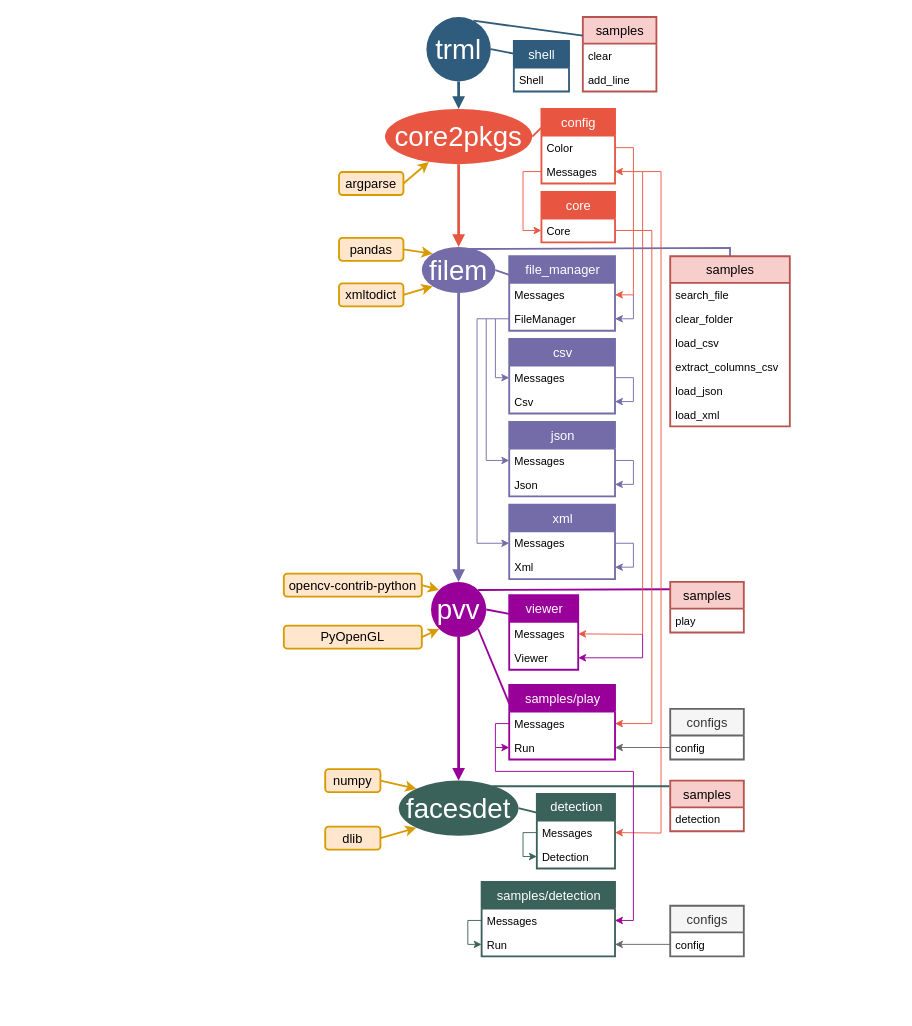
DmitryRyumin/pkgs keeps this draw.io diagram as Package_tree.drawio. Above is the earlier version. Source tidied: cells renumbered, new cells numbered last; positions are measured from the earlier drawing's top-left corner, leaving out a move shared by most shapes. Both pictures are drawn from the tidied source at 92%, with x=0, y=0 at pixel (283, 17).
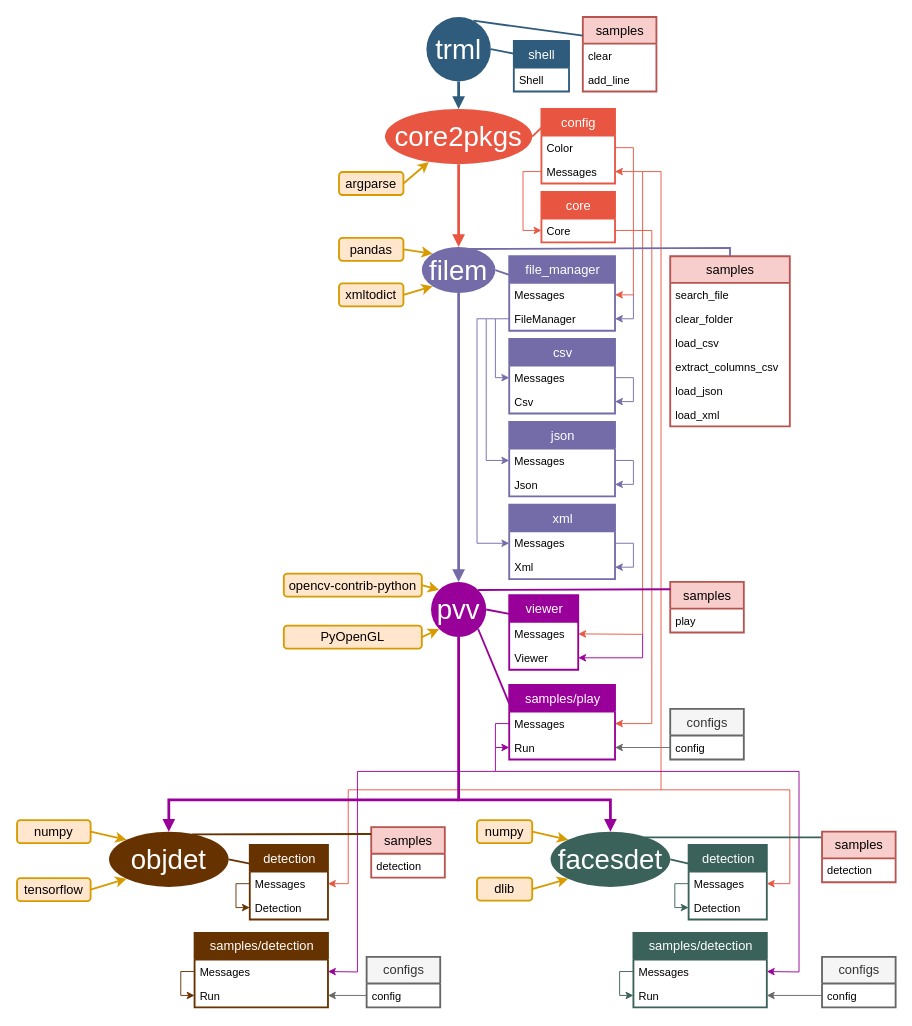
After the change.

The change refers to these unchanged cells:
```xml
<mxCell id="23" value="filem" style="ellipse;whiteSpace=wrap;html=1;shadow=0;fontFamily=Helvetica;fontSize=30;fontColor=#FFFFFF;align=center;strokeColor=none;strokeWidth=6;fillColor=#736CA8;fontStyle=0;gradientColor=none;" parent="1" vertex="1">
  <mxGeometry x="150" y="250" width="80" height="50" as="geometry" />
</mxCell>
<mxCell id="48" value="samples" style="swimlane;fontStyle=0;horizontal=1;startSize=29;fillColor=#f8cecc;swimlaneFillColor=#ffffff;align=center;fontSize=14;rounded=0;shadow=0;strokeWidth=2;spacing=2;spacingTop=0;strokeColor=#B85450;swimlaneLine=1;html=1;overflow=visible;" parent="1" vertex="1">
  <mxGeometry x="420" y="260" width="130" height="185" as="geometry" />
</mxCell>
<mxCell id="58" value="pvv" style="ellipse;whiteSpace=wrap;html=1;shadow=0;fontFamily=Helvetica;fontSize=30;fontColor=#FFFFFF;align=center;strokeColor=none;strokeWidth=6;fillColor=#990099;fontStyle=0;gradientColor=none;" parent="1" vertex="1">
  <mxGeometry x="160" y="614" width="60" height="60" as="geometry" />
</mxCell>
<mxCell id="70" value="samples" style="swimlane;fontStyle=0;horizontal=1;startSize=29;fillColor=#f8cecc;swimlaneFillColor=#ffffff;align=center;fontSize=14;rounded=0;shadow=0;strokeWidth=2;spacing=2;spacingTop=0;strokeColor=#B85450;swimlaneLine=1;html=1;overflow=visible;" parent="1" vertex="1">
  <mxGeometry x="420" y="614" width="80" height="55" as="geometry" />
</mxCell>
<mxCell id="88" value="Messages" style="text;spacingLeft=4;spacingRight=4;overflow=hidden;points=[[0,0.5],[1,0.5]];portConstraint=eastwest;fontSize=12;perimeterSpacing=0;" parent="87" vertex="1">
  <mxGeometry y="29" width="85" height="26" as="geometry" />
</mxCell>
<mxCell id="97" value="Messages" style="text;spacingLeft=4;spacingRight=4;overflow=hidden;points=[[0,0.5],[1,0.5]];portConstraint=eastwest;fontSize=12;perimeterSpacing=0;" parent="96" vertex="1">
  <mxGeometry y="29" width="145" height="26" as="geometry" />
</mxCell>
<mxCell id="98" value="Run" style="text;spacingLeft=4;spacingRight=4;overflow=hidden;points=[[0,0.5],[1,0.5]];portConstraint=eastwest;fontSize=12;perimeterSpacing=0;" parent="96" vertex="1">
  <mxGeometry y="55" width="145" height="26" as="geometry" />
</mxCell>
<mxCell id="101" value="config" style="text;spacingLeft=4;spacingRight=4;overflow=hidden;points=[[0,0.5],[1,0.5]];portConstraint=eastwest;fontSize=12;perimeterSpacing=0;" parent="100" vertex="1">
  <mxGeometry y="29" width="80" height="26" as="geometry" />
</mxCell>
```

The edit, as a diff of the source:
```diff
@@
-    <mxCell id="2" style="edgeStyle=none;endArrow=none;strokeWidth=2;strokeColor=#990099;html=1;entryX=1;entryY=0;entryDx=0;entryDy=0;exitX=0.003;exitY=0.146;exitDx=0;exitDy=0;rounded=1;exitPerimeter=0;" parent="1" edge="1" source="70" target="58">
-      <mxGeometry x="-579.5" y="19" as="geometry" />
-    </mxCell>
-    <mxCell id="3" style="edgeStyle=none;endArrow=none;strokeWidth=2;strokeColor=#736CA8;html=1;entryX=0.5;entryY=0;entryDx=0;entryDy=0;rounded=0;exitX=0.647;exitY=0.043;exitDx=0;exitDy=0;exitPerimeter=0;" parent="1" edge="1" source="23" target="48">
-      <mxGeometry x="-624.5" y="-85" as="geometry">
-        <Array as="points">
-          <mxPoint x="485" y="251" />
-        </Array>
-      </mxGeometry>
-    </mxCell>
@@
     <mxCell id="81" value="facesdet" style="ellipse;whiteSpace=wrap;html=1;shadow=0;fontFamily=Helvetica;fontSize=30;fontColor=#FFFFFF;align=center;strokeColor=none;strokeWidth=6;fillColor=#3A615A;fontStyle=0;gradientColor=none;" parent="1" vertex="1">
-      <mxGeometry x="125" y="830" width="130" height="60" as="geometry" />
+      <mxGeometry x="290" y="885.5" width="130" height="60" as="geometry" />
     </mxCell>
@@
     <mxCell id="83" value="numpy" style="rounded=1;whiteSpace=wrap;html=1;shadow=0;glass=0;comic=0;strokeColor=#d79b00;strokeWidth=2;fillColor=#ffe6cc;fontSize=14;align=center;" parent="1" vertex="1">
-      <mxGeometry x="45" y="817.5" width="60" height="25" as="geometry" />
+      <mxGeometry x="210" y="873" width="60" height="25" as="geometry" />
     </mxCell>
@@
     <mxCell id="85" value="dlib" style="rounded=1;whiteSpace=wrap;html=1;shadow=0;glass=0;comic=0;strokeColor=#d79b00;strokeWidth=2;fillColor=#ffe6cc;fontSize=14;align=center;" parent="1" vertex="1">
-      <mxGeometry x="45" y="880" width="60" height="25" as="geometry" />
+      <mxGeometry x="210" y="935.5" width="60" height="25" as="geometry" />
     </mxCell>
-    <mxCell id="86" style="edgeStyle=orthogonalEdgeStyle;rounded=0;jettySize=auto;html=1;startSize=30;strokeColor=#990099;strokeWidth=3;fontSize=30;fontColor=#000000;endArrow=block;endFill=1;exitX=0.5;exitY=1;exitDx=0;exitDy=0;entryX=0.5;entryY=0;entryDx=0;entryDy=0;" parent="1" edge="1" source="58" target="81">
-      <mxGeometry relative="1" as="geometry">
-        <Array as="points">
-          <mxPoint x="190" y="820" />
-          <mxPoint x="190" y="820" />
-        </Array>
-      </mxGeometry>
-    </mxCell>
     <mxCell id="87" value="detection" style="swimlane;fontStyle=0;horizontal=1;startSize=29;fillColor=#3A615A;swimlaneFillColor=#ffffff;align=center;fontSize=14;rounded=0;shadow=0;strokeWidth=2;fontColor=#FFFFFF;spacing=2;spacingTop=0;strokeColor=#3A615A;swimlaneLine=1;html=1;overflow=visible;" parent="1" vertex="1">
-      <mxGeometry x="275" y="844.5" width="85" height="81" as="geometry" />
+      <mxGeometry x="440" y="900" width="85" height="81" as="geometry" />
     </mxCell>
@@
     <mxCell id="91" style="edgeStyle=none;endArrow=none;strokeWidth=2;strokeColor=#3A615A;html=1;entryX=1;entryY=0.5;entryDx=0;entryDy=0;exitX=0;exitY=0.25;exitDx=0;exitDy=0;rounded=1;" parent="1" edge="1" source="87" target="81">
-      <mxGeometry x="-579.5" y="19" as="geometry" />
+      <mxGeometry x="-414.5" y="74.5" as="geometry" />
     </mxCell>
     <mxCell id="92" style="edgeStyle=none;endArrow=classic;strokeWidth=1;strokeColor=#E85642;html=1;rounded=0;endFill=1;entryX=1;entryY=0.5;entryDx=0;entryDy=0;" parent="1" edge="1" target="88">
       <mxGeometry x="-3189.5" y="-335" as="geometry">
         <mxPoint x="390" y="168" as="sourcePoint" />
         <Array as="points">
           <mxPoint x="410" y="168" />
-          <mxPoint x="410" y="887" />
+          <mxPoint x="410" y="840" />
+          <mxPoint x="550" y="840" />
+          <mxPoint x="550" y="942" />
         </Array>
       </mxGeometry>
     </mxCell>
     <mxCell id="93" value="samples" style="swimlane;fontStyle=0;horizontal=1;startSize=29;fillColor=#f8cecc;swimlaneFillColor=#ffffff;align=center;fontSize=14;rounded=0;shadow=0;strokeWidth=2;spacing=2;spacingTop=0;strokeColor=#B85450;swimlaneLine=1;html=1;overflow=visible;" parent="1" vertex="1">
-      <mxGeometry x="420" y="830" width="80" height="55" as="geometry" />
+      <mxGeometry x="585" y="885.5" width="80" height="55" as="geometry" />
     </mxCell>
@@
-    <mxCell id="95" style="edgeStyle=none;endArrow=none;strokeWidth=2;strokeColor=#3A615A;html=1;entryX=0.781;entryY=0.102;entryDx=0;entryDy=0;exitX=-0.012;exitY=0.111;exitDx=0;exitDy=0;rounded=1;exitPerimeter=0;entryPerimeter=0;" parent="1" edge="1" source="93" target="81">
-      <mxGeometry x="-569.5" y="29" as="geometry" />
-    </mxCell>
     <mxCell id="96" value="samples/detection" style="swimlane;fontStyle=0;horizontal=1;startSize=29;fillColor=#3A615A;swimlaneFillColor=#ffffff;align=center;fontSize=14;rounded=0;shadow=0;strokeWidth=2;fontColor=#FFFFFF;spacing=2;spacingTop=0;strokeColor=#3A615A;swimlaneLine=1;html=1;overflow=visible;" parent="1" vertex="1">
-      <mxGeometry x="215" y="940" width="145" height="81" as="geometry" />
+      <mxGeometry x="380" y="995.5" width="145" height="81" as="geometry" />
     </mxCell>
@@
     <mxCell id="100" value="configs" style="swimlane;fontStyle=0;horizontal=1;startSize=29;fillColor=#f5f5f5;swimlaneFillColor=#ffffff;align=center;fontSize=14;rounded=0;shadow=0;strokeWidth=2;spacing=2;spacingTop=0;strokeColor=#666666;swimlaneLine=1;html=1;overflow=visible;fontColor=#333333;" parent="1" vertex="1">
-      <mxGeometry x="420" y="966" width="80" height="55" as="geometry" />
+      <mxGeometry x="585" y="1021.5" width="80" height="55" as="geometry" />
     </mxCell>
@@
     <mxCell id="102" style="edgeStyle=none;endArrow=classic;strokeWidth=1;strokeColor=#666666;html=1;rounded=0;endFill=1;exitX=0;exitY=0.5;exitDx=0;exitDy=0;entryX=1;entryY=0.5;entryDx=0;entryDy=0;" parent="1" edge="1" source="101" target="98">
-      <mxGeometry x="-4414.5" y="-757" as="geometry" />
+      <mxGeometry x="-4249.5" y="-701.5" as="geometry" />
     </mxCell>
     <mxCell id="103" style="edgeStyle=none;endArrow=classic;strokeWidth=1;strokeColor=#990099;html=1;entryX=1;entryY=0.5;entryDx=0;entryDy=0;rounded=0;endFill=1;" parent="1" edge="1" target="97">
       <mxGeometry x="-4494.5" y="-975" as="geometry">
         <mxPoint x="230" y="794" as="sourcePoint" />
         <Array as="points">
           <mxPoint x="230" y="820" />
-          <mxPoint x="380" y="820" />
-          <mxPoint x="380" y="982" />
+          <mxPoint x="560" y="820" />
+          <mxPoint x="560" y="1038" />
         </Array>
       </mxGeometry>
     </mxCell>
+    <mxCell id="104" value="objdet" style="ellipse;whiteSpace=wrap;html=1;shadow=0;fontFamily=Helvetica;fontSize=30;fontColor=#FFFFFF;align=center;strokeColor=none;strokeWidth=6;fillColor=#663300;fontStyle=0;gradientColor=none;" parent="1" vertex="1">
+      <mxGeometry x="-190" y="885.5" width="130" height="60" as="geometry" />
+    </mxCell>
+    <mxCell id="3" style="edgeStyle=none;endArrow=none;strokeWidth=2;strokeColor=#736CA8;html=1;entryX=0.5;entryY=0;entryDx=0;entryDy=0;rounded=0;exitX=0.647;exitY=0.043;exitDx=0;exitDy=0;exitPerimeter=0;" parent="1" edge="1" source="23" target="48">
+      <mxGeometry x="-624.5" y="-85" as="geometry">
+        <Array as="points">
+          <mxPoint x="485" y="251" />
+        </Array>
+      </mxGeometry>
+    </mxCell>
+    <mxCell id="2" style="edgeStyle=none;endArrow=none;strokeWidth=2;strokeColor=#990099;html=1;entryX=1;entryY=0;entryDx=0;entryDy=0;exitX=0.003;exitY=0.146;exitDx=0;exitDy=0;rounded=1;exitPerimeter=0;" parent="1" edge="1" source="70" target="58">
+      <mxGeometry x="-579.5" y="19" as="geometry" />
+    </mxCell>
+    <mxCell id="95" style="edgeStyle=none;endArrow=none;strokeWidth=2;strokeColor=#3A615A;html=1;entryX=0.781;entryY=0.102;entryDx=0;entryDy=0;exitX=-0.012;exitY=0.111;exitDx=0;exitDy=0;rounded=1;exitPerimeter=0;entryPerimeter=0;" parent="1" edge="1" source="93" target="81">
+      <mxGeometry x="-404.5" y="84.5" as="geometry" />
+    </mxCell>
+    <mxCell id="105" value="detection" style="swimlane;fontStyle=0;horizontal=1;startSize=29;fillColor=#663300;swimlaneFillColor=#ffffff;align=center;fontSize=14;rounded=0;shadow=0;strokeWidth=2;fontColor=#FFFFFF;spacing=2;spacingTop=0;strokeColor=#663300;swimlaneLine=1;html=1;overflow=visible;" parent="1" vertex="1">
+      <mxGeometry x="-37" y="900" width="85" height="81" as="geometry" />
+    </mxCell>
+    <mxCell id="106" value="Messages" style="text;spacingLeft=4;spacingRight=4;overflow=hidden;points=[[0,0.5],[1,0.5]];portConstraint=eastwest;fontSize=12;perimeterSpacing=0;" parent="105" vertex="1">
+      <mxGeometry y="29" width="85" height="26" as="geometry" />
+    </mxCell>
+    <mxCell id="107" value="Detection" style="text;spacingLeft=4;spacingRight=4;overflow=hidden;points=[[0,0.5],[1,0.5]];portConstraint=eastwest;fontSize=12;perimeterSpacing=0;" parent="105" vertex="1">
+      <mxGeometry y="55" width="85" height="26" as="geometry" />
+    </mxCell>
+    <mxCell id="108" style="edgeStyle=none;endArrow=classic;strokeWidth=1;strokeColor=#663300;html=1;rounded=0;endFill=1;exitX=0;exitY=0.5;exitDx=0;exitDy=0;entryX=0;entryY=0.5;entryDx=0;entryDy=0;" parent="105" edge="1" source="106" target="107">
+      <mxGeometry x="-7094.5" y="-2531" as="geometry">
+        <Array as="points">
+          <mxPoint x="-15" y="42" />
+          <mxPoint x="-15" y="68" />
+        </Array>
+      </mxGeometry>
+    </mxCell>
+    <mxCell id="109" style="edgeStyle=none;endArrow=none;strokeWidth=2;strokeColor=#663300;html=1;entryX=1;entryY=0.5;entryDx=0;entryDy=0;exitX=0;exitY=0.25;exitDx=0;exitDy=0;rounded=1;" parent="1" edge="1" source="105" target="104">
+      <mxGeometry x="-466.5" y="84.5" as="geometry" />
+    </mxCell>
+    <mxCell id="110" style="edgeStyle=none;endArrow=classic;strokeWidth=1;strokeColor=#E85642;html=1;rounded=0;endFill=1;entryX=1;entryY=0.5;entryDx=0;entryDy=0;" parent="1" edge="1" target="106">
+      <mxGeometry x="-4724.5" y="-868" as="geometry">
+        <mxPoint x="410" y="840" as="sourcePoint" />
+        <Array as="points">
+          <mxPoint x="70" y="840" />
+          <mxPoint x="70" y="942" />
+        </Array>
+      </mxGeometry>
+    </mxCell>
+    <mxCell id="86" style="edgeStyle=orthogonalEdgeStyle;rounded=0;jettySize=auto;html=1;startSize=30;strokeColor=#990099;strokeWidth=3;fontSize=30;fontColor=#000000;endArrow=block;endFill=1;exitX=0.5;exitY=1;exitDx=0;exitDy=0;entryX=0.5;entryY=0;entryDx=0;entryDy=0;" parent="1" edge="1" source="58" target="81">
+      <mxGeometry relative="1" as="geometry">
+        <Array as="points">
+          <mxPoint x="190" y="851" />
+          <mxPoint x="355" y="851" />
+        </Array>
+      </mxGeometry>
+    </mxCell>
+    <mxCell id="111" value="samples/detection" style="swimlane;fontStyle=0;horizontal=1;startSize=29;fillColor=#663300;swimlaneFillColor=#ffffff;align=center;fontSize=14;rounded=0;shadow=0;strokeWidth=2;fontColor=#FFFFFF;spacing=2;spacingTop=0;strokeColor=#663300;swimlaneLine=1;html=1;overflow=visible;" parent="1" vertex="1">
+      <mxGeometry x="-97" y="995.5" width="145" height="81" as="geometry" />
+    </mxCell>
+    <mxCell id="112" value="Messages" style="text;spacingLeft=4;spacingRight=4;overflow=hidden;points=[[0,0.5],[1,0.5]];portConstraint=eastwest;fontSize=12;perimeterSpacing=0;" parent="111" vertex="1">
+      <mxGeometry y="29" width="145" height="26" as="geometry" />
+    </mxCell>
+    <mxCell id="113" value="Run" style="text;spacingLeft=4;spacingRight=4;overflow=hidden;points=[[0,0.5],[1,0.5]];portConstraint=eastwest;fontSize=12;perimeterSpacing=0;" parent="111" vertex="1">
+      <mxGeometry y="55" width="145" height="26" as="geometry" />
+    </mxCell>
+    <mxCell id="114" style="edgeStyle=none;endArrow=classic;strokeWidth=1;strokeColor=#663300;html=1;rounded=0;endFill=1;exitX=0;exitY=0.5;exitDx=0;exitDy=0;entryX=0;entryY=0.5;entryDx=0;entryDy=0;" parent="111" edge="1" source="112" target="113">
+      <mxGeometry x="-7094.5" y="-2531" as="geometry">
+        <Array as="points">
+          <mxPoint x="-15" y="42" />
+          <mxPoint x="-15" y="68" />
+        </Array>
+      </mxGeometry>
+    </mxCell>
+    <mxCell id="115" style="edgeStyle=none;endArrow=classic;strokeWidth=1;strokeColor=#990099;html=1;entryX=1;entryY=0.5;entryDx=0;entryDy=0;rounded=0;endFill=1;" parent="1" edge="1" target="112">
+      <mxGeometry x="-4484.5" y="-965" as="geometry">
+        <mxPoint x="230" y="820" as="sourcePoint" />
+        <Array as="points">
+          <mxPoint x="80" y="820" />
+          <mxPoint x="80" y="1038" />
+        </Array>
+      </mxGeometry>
+    </mxCell>
+    <mxCell id="116" value="samples" style="swimlane;fontStyle=0;horizontal=1;startSize=29;fillColor=#f8cecc;swimlaneFillColor=#ffffff;align=center;fontSize=14;rounded=0;shadow=0;strokeWidth=2;spacing=2;spacingTop=0;strokeColor=#B85450;swimlaneLine=1;html=1;overflow=visible;" parent="1" vertex="1">
+      <mxGeometry x="95" y="880.5" width="80" height="55" as="geometry" />
+    </mxCell>
+    <mxCell id="117" value="detection" style="text;spacingLeft=4;spacingRight=4;overflow=hidden;fontSize=12;perimeterSpacing=0;" parent="116" vertex="1">
+      <mxGeometry y="29" width="80" height="26" as="geometry" />
+    </mxCell>
+    <mxCell id="118" style="edgeStyle=orthogonalEdgeStyle;rounded=0;jettySize=auto;html=1;startSize=30;strokeColor=#990099;strokeWidth=3;fontSize=30;fontColor=#000000;endArrow=block;endFill=1;entryX=0.5;entryY=0;entryDx=0;entryDy=0;" parent="1" edge="1" target="104">
+      <mxGeometry relative="1" as="geometry">
+        <mxPoint x="190" y="851" as="sourcePoint" />
+        <Array as="points">
+          <mxPoint x="-125" y="851" />
+        </Array>
+      </mxGeometry>
+    </mxCell>
+    <mxCell id="119" style="edgeStyle=none;endArrow=none;strokeWidth=2;strokeColor=#663300;html=1;entryX=0.678;entryY=0.048;entryDx=0;entryDy=0;rounded=1;entryPerimeter=0;" parent="1" edge="1">
+      <mxGeometry x="-876.5" y="53" as="geometry">
+        <mxPoint x="95" y="888" as="sourcePoint" />
+        <mxPoint x="-99.9" y="888.4" as="targetPoint" />
+      </mxGeometry>
+    </mxCell>
+    <mxCell id="120" value="configs" style="swimlane;fontStyle=0;horizontal=1;startSize=29;fillColor=#f5f5f5;swimlaneFillColor=#ffffff;align=center;fontSize=14;rounded=0;shadow=0;strokeWidth=2;spacing=2;spacingTop=0;strokeColor=#666666;swimlaneLine=1;html=1;overflow=visible;fontColor=#333333;" parent="1" vertex="1">
+      <mxGeometry x="90" y="1021.5" width="80" height="55" as="geometry" />
+    </mxCell>
+    <mxCell id="121" value="config" style="text;spacingLeft=4;spacingRight=4;overflow=hidden;points=[[0,0.5],[1,0.5]];portConstraint=eastwest;fontSize=12;perimeterSpacing=0;" parent="120" vertex="1">
+      <mxGeometry y="29" width="80" height="26" as="geometry" />
+    </mxCell>
+    <mxCell id="122" style="edgeStyle=none;endArrow=classic;strokeWidth=1;strokeColor=#666666;html=1;rounded=0;endFill=1;exitX=0;exitY=0.5;exitDx=0;exitDy=0;entryX=1;entryY=0.5;entryDx=0;entryDy=0;" parent="1" edge="1" source="121" target="113">
+      <mxGeometry x="-4726.5" y="-713" as="geometry" />
+    </mxCell>
+    <mxCell id="123" style="rounded=1;jettySize=auto;html=1;startSize=30;endArrow=classic;endFill=1;strokeColor=#D79B00;strokeWidth=2;fontSize=30;fontColor=#000000;exitX=1;exitY=0.5;exitDx=0;exitDy=0;entryX=0;entryY=0;entryDx=0;entryDy=0;" parent="1" edge="1" source="124" target="104">
+      <mxGeometry relative="1" as="geometry" />
+    </mxCell>
+    <mxCell id="124" value="numpy" style="rounded=1;whiteSpace=wrap;html=1;shadow=0;glass=0;comic=0;strokeColor=#d79b00;strokeWidth=2;fillColor=#ffe6cc;fontSize=14;align=center;" parent="1" vertex="1">
+      <mxGeometry x="-290" y="873" width="80" height="25" as="geometry" />
+    </mxCell>
+    <mxCell id="125" style="rounded=1;jettySize=auto;html=1;startSize=30;endArrow=classic;endFill=1;strokeColor=#D79B00;strokeWidth=2;fontSize=30;fontColor=#000000;exitX=1;exitY=0.5;exitDx=0;exitDy=0;entryX=0;entryY=1;entryDx=0;entryDy=0;" parent="1" edge="1" source="126" target="104">
+      <mxGeometry relative="1" as="geometry" />
+    </mxCell>
+    <mxCell id="126" value="tensorflow" style="rounded=1;whiteSpace=wrap;html=1;shadow=0;glass=0;comic=0;strokeColor=#d79b00;strokeWidth=2;fillColor=#ffe6cc;fontSize=14;align=center;" parent="1" vertex="1">
+      <mxGeometry x="-290" y="936" width="80" height="25" as="geometry" />
+    </mxCell>
```
